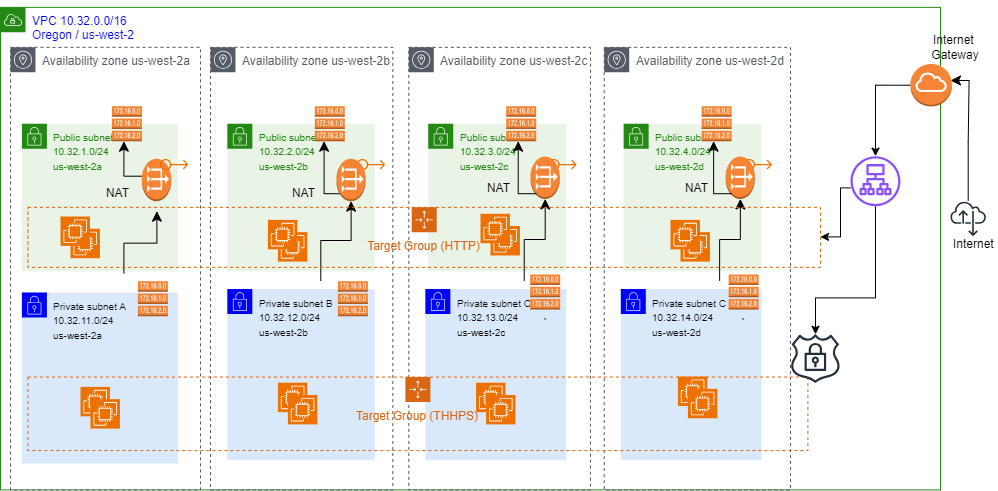
Before: us-west-2.drawio.png, a diagram exported from draw.io (mindmotivate/HashiCorp_Terraform). Source tidied: cells renumbered, new cells last; positions are measured from the earlier drawing's top-left corner, leaving out a move shared by most shapes.
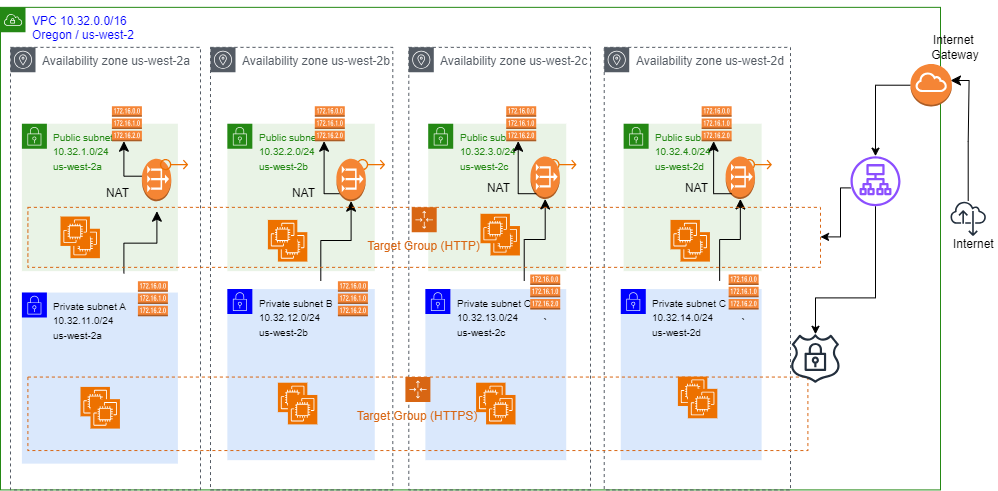
After the change.

Diff of the diagram source:
```diff
@@ -136,7 +136,7 @@
     <mxCell id="38" value="NAT&amp;nbsp;" style="text;html=1;strokeColor=none;fillColor=none;align=center;verticalAlign=middle;whiteSpace=wrap;rounded=0;" parent="3" vertex="1">
       <mxGeometry x="680" y="167.6" width="36" height="26.3" as="geometry" />
     </mxCell>
-    <mxCell id="39" value="Target Group (THHPS)" style="gradientColor=none;html=1;whiteSpace=wrap;fontSize=12;fontStyle=0;shape=mxgraph.aws4.groupCenter;grIcon=mxgraph.aws4.group_auto_scaling_group;grStroke=1;strokeColor=#D86613;fillColor=none;verticalAlign=top;align=center;fontColor=#D86613;dashed=1;spacingTop=25;" parent="3" vertex="1">
+    <mxCell id="39" value="Target Group (HTTPS)" style="gradientColor=none;html=1;whiteSpace=wrap;fontSize=12;fontStyle=0;shape=mxgraph.aws4.groupCenter;grIcon=mxgraph.aws4.group_auto_scaling_group;grStroke=1;strokeColor=#D86613;fillColor=none;verticalAlign=top;align=center;fontColor=#D86613;dashed=1;spacingTop=25;" parent="3" vertex="1">
       <mxGeometry x="27.4" y="369.7" width="780" height="73.5" as="geometry" />
     </mxCell>
     <mxCell id="40" style="outlineConnect=0;dashed=0;verticalLabelPosition=bottom;verticalAlign=top;align=center;html=1;shape=mxgraph.aws3.vpc_nat_gateway;fillColor=#F58534;gradientColor=none;" parent="3" vertex="1">
```
